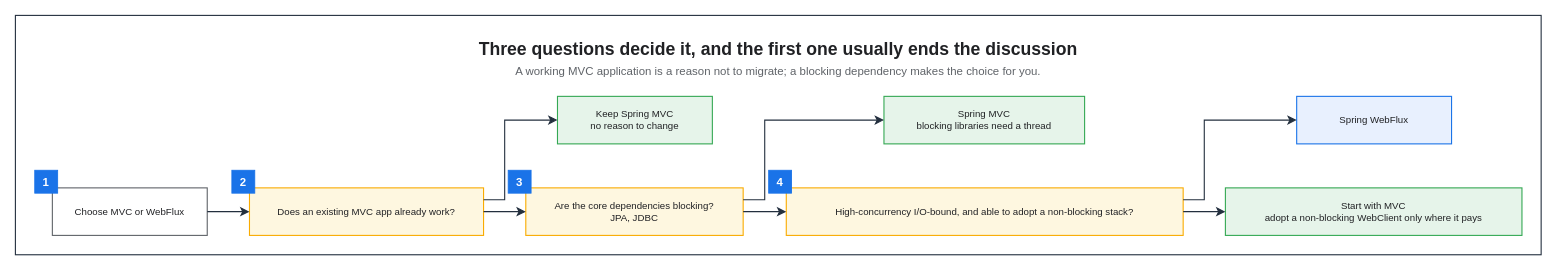
Earlier version of the draw.io diagram assets/img/spring/spring-14-when-to-use.drawio (KKamJi98/kkamji98.github.io). Source tidied: cells renumbered, new cells numbered last; positions are measured from the earlier drawing's top-left corner, leaving out a move shared by most shapes. Both pictures are drawn from the tidied source at 88%, with x=0, y=0 at pixel (15, 15).
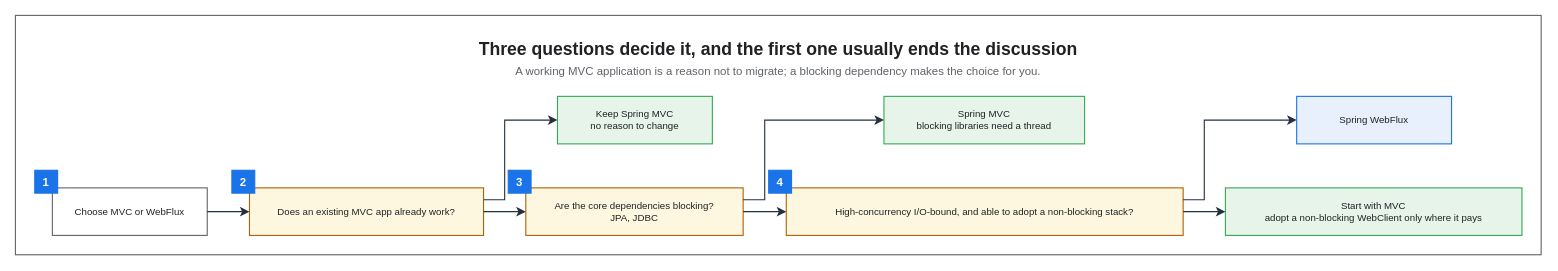
The same diagram, later.

The edit, as a diff of the source:
```diff
@@
-    <mxCell id="2" style="rounded=0;html=0;fillColor=none;strokeColor=#232F3E;fontColor=#202124;strokeWidth=1.25;" parent="1" vertex="1">
+    <mxCell id="2" style="rounded=0;html=0;fillColor=none;strokeColor=#5F6368;fontColor=#202124;strokeWidth=1.25;" parent="1" vertex="1">
       <mxGeometry width="1733.8" height="272" as="geometry" />
     </mxCell>
@@
-    <mxCell id="6" value="Does an existing MVC app already work?" style="rounded=0;whiteSpace=wrap;html=0;fillColor=#FEF7E0;strokeColor=#F9AB00;fontColor=#202124;fontSize=11;fontStyle=0;align=center;verticalAlign=middle;spacingLeft=6;spacingRight=6;strokeWidth=1.25;" parent="1" vertex="1">
+    <mxCell id="6" value="Does an existing MVC app already work?" style="rounded=0;whiteSpace=wrap;html=0;fillColor=#FEF7E0;strokeColor=#B06000;fontColor=#202124;fontSize=11;fontStyle=0;align=center;verticalAlign=middle;spacingLeft=6;spacingRight=6;strokeWidth=1.25;" parent="1" vertex="1">
       <mxGeometry x="266" y="196" width="266" height="54" as="geometry" />
     </mxCell>
@@
-    <mxCell id="8" value="Are the core dependencies blocking?&#10;JPA, JDBC" style="rounded=0;whiteSpace=wrap;html=0;fillColor=#FEF7E0;strokeColor=#F9AB00;fontColor=#202124;fontSize=11;fontStyle=0;align=center;verticalAlign=middle;spacingLeft=6;spacingRight=6;strokeWidth=1.25;" parent="1" vertex="1">
+    <mxCell id="8" value="Are the core dependencies blocking?&#10;JPA, JDBC" style="rounded=0;whiteSpace=wrap;html=0;fillColor=#FEF7E0;strokeColor=#B06000;fontColor=#202124;fontSize=11;fontStyle=0;align=center;verticalAlign=middle;spacingLeft=6;spacingRight=6;strokeWidth=1.25;" parent="1" vertex="1">
       <mxGeometry x="580" y="196" width="247" height="54" as="geometry" />
     </mxCell>
@@
-    <mxCell id="10" value="High-concurrency I/O-bound, and able to adopt a non-blocking stack?" style="rounded=0;whiteSpace=wrap;html=0;fillColor=#FEF7E0;strokeColor=#F9AB00;fontColor=#202124;fontSize=11;fontStyle=0;align=center;verticalAlign=middle;spacingLeft=6;spacingRight=6;strokeWidth=1.25;" parent="1" vertex="1">
+    <mxCell id="10" value="High-concurrency I/O-bound, and able to adopt a non-blocking stack?" style="rounded=0;whiteSpace=wrap;html=0;fillColor=#FEF7E0;strokeColor=#B06000;fontColor=#202124;fontSize=11;fontStyle=0;align=center;verticalAlign=middle;spacingLeft=6;spacingRight=6;strokeWidth=1.25;" parent="1" vertex="1">
       <mxGeometry x="876" y="196" width="451" height="54" as="geometry" />
     </mxCell>
@@
-    <mxCell id="13" value="1" style="rounded=0;whiteSpace=wrap;html=0;fillColor=#1A73E8;strokeColor=#1A73E8;fontColor=#FFFFFF;fontSize=13;fontStyle=1;align=center;verticalAlign=middle;" parent="1" vertex="1">
+    <mxCell id="13" value="1" style="rounded=0;whiteSpace=wrap;html=0;fillColor=#1A73E8;strokeColor=#1A73E8;fontColor=#FFFFFF;fontSize=13;fontStyle=1;align=center;verticalAlign=middle;strokeWidth=1.25;" parent="1" vertex="1">
       <mxGeometry x="22" y="176" width="26" height="26" as="geometry" />
     </mxCell>
-    <mxCell id="14" value="2" style="rounded=0;whiteSpace=wrap;html=0;fillColor=#1A73E8;strokeColor=#1A73E8;fontColor=#FFFFFF;fontSize=13;fontStyle=1;align=center;verticalAlign=middle;" parent="1" vertex="1">
+    <mxCell id="14" value="2" style="rounded=0;whiteSpace=wrap;html=0;fillColor=#1A73E8;strokeColor=#1A73E8;fontColor=#FFFFFF;fontSize=13;fontStyle=1;align=center;verticalAlign=middle;strokeWidth=1.25;" parent="1" vertex="1">
       <mxGeometry x="246" y="176" width="26" height="26" as="geometry" />
     </mxCell>
-    <mxCell id="15" value="3" style="rounded=0;whiteSpace=wrap;html=0;fillColor=#1A73E8;strokeColor=#1A73E8;fontColor=#FFFFFF;fontSize=13;fontStyle=1;align=center;verticalAlign=middle;" parent="1" vertex="1">
+    <mxCell id="15" value="3" style="rounded=0;whiteSpace=wrap;html=0;fillColor=#1A73E8;strokeColor=#1A73E8;fontColor=#FFFFFF;fontSize=13;fontStyle=1;align=center;verticalAlign=middle;strokeWidth=1.25;" parent="1" vertex="1">
       <mxGeometry x="560" y="176" width="26" height="26" as="geometry" />
     </mxCell>
-    <mxCell id="16" value="4" style="rounded=0;whiteSpace=wrap;html=0;fillColor=#1A73E8;strokeColor=#1A73E8;fontColor=#FFFFFF;fontSize=13;fontStyle=1;align=center;verticalAlign=middle;" parent="1" vertex="1">
+    <mxCell id="16" value="4" style="rounded=0;whiteSpace=wrap;html=0;fillColor=#1A73E8;strokeColor=#1A73E8;fontColor=#FFFFFF;fontSize=13;fontStyle=1;align=center;verticalAlign=middle;strokeWidth=1.25;" parent="1" vertex="1">
       <mxGeometry x="856" y="176" width="26" height="26" as="geometry" />
     </mxCell>
```
